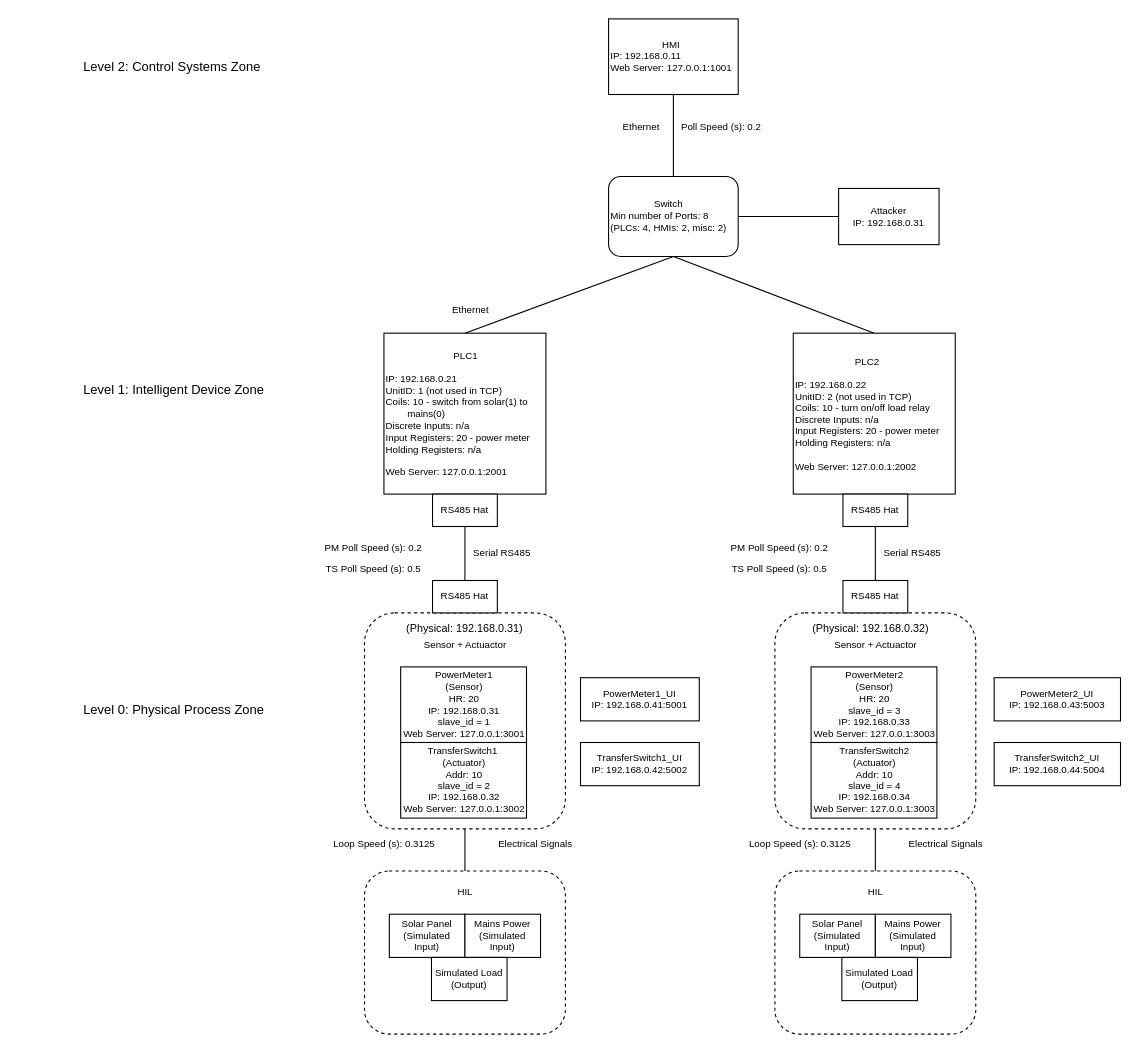
Before: documentation/diagrams/ICS Detailed Diagram.drawio in JaxsonBrownie/ICS_Simulation, a draw.io diagram. Source tidied: cells renumbered, new cells numbered last; positions are measured from the earlier drawing's top-left corner, leaving out a move shared by most shapes. Both pictures are drawn from the tidied source at 108%, with x=0, y=0 at pixel (81, 18).
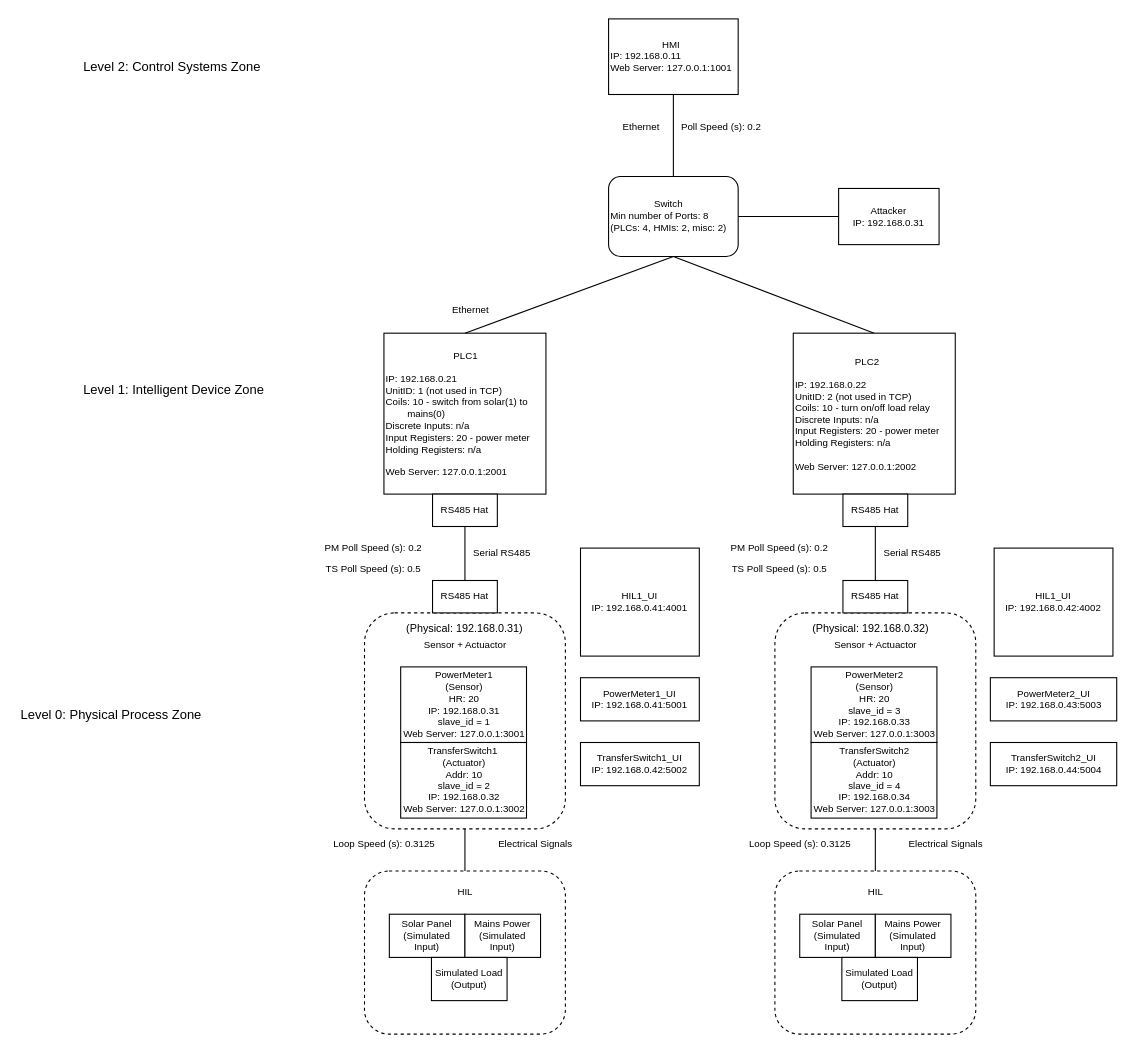
After the change.

Change to the diagram source:
```diff
@@
     <mxCell id="15" value="Level 0: Physical Process Zone" style="text;html=1;align=left;verticalAlign=middle;strokeColor=none;fillColor=none;" parent="1" vertex="1">
-      <mxGeometry y="625" width="190" height="30" as="geometry" />
+      <mxGeometry x="-58" y="630" width="190" height="30" as="geometry" />
     </mxCell>
@@
     <mxCell id="55" value="PowerMeter2_UI&lt;div&gt;&lt;span style=&quot;background-color: initial;&quot;&gt;IP: 192.168.0.43:5003&lt;/span&gt;&lt;/div&gt;" style="rounded=0;whiteSpace=wrap;html=1;fontSize=9;align=center;" parent="1" vertex="1">
-      <mxGeometry x="845" y="610" width="117" height="40" as="geometry" />
+      <mxGeometry x="841.5" y="610" width="117" height="40" as="geometry" />
     </mxCell>
     <mxCell id="56" value="TransferSwitch2_UI&lt;div&gt;&lt;span style=&quot;background-color: initial;&quot;&gt;IP: 192.168.0.44:5004&lt;/span&gt;&lt;/div&gt;" style="rounded=0;whiteSpace=wrap;html=1;fontSize=9;align=center;" parent="1" vertex="1">
-      <mxGeometry x="845" y="670" width="117" height="40" as="geometry" />
+      <mxGeometry x="841.5" y="670" width="117" height="40" as="geometry" />
     </mxCell>
@@
+    <mxCell id="59" value="HIL1_UI&lt;div&gt;IP: 192.168.0.41:4001&lt;/div&gt;" style="rounded=0;whiteSpace=wrap;html=1;fontSize=9;align=center;" parent="1" vertex="1">
+      <mxGeometry x="462" y="490" width="110" height="100" as="geometry" />
+    </mxCell>
+    <mxCell id="60" value="HIL1_UI&lt;div&gt;IP: 192.168.0.42:4002&lt;/div&gt;" style="rounded=0;whiteSpace=wrap;html=1;fontSize=9;align=center;" parent="1" vertex="1">
+      <mxGeometry x="845" y="490" width="110" height="100" as="geometry" />
+    </mxCell>
```
